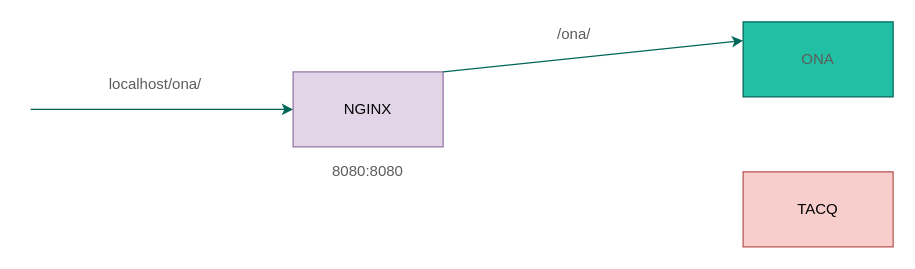
Earlier version of the draw.io diagram Untitled Diagram.drawio (Hydrock/try-x-state). Source tidied: cells renumbered, new cells numbered last; positions are measured from the earlier drawing's top-left corner, leaving out a move shared by most shapes. Both pictures are drawn from the tidied source at 125%, with x=0, y=0 at pixel (30, 21).
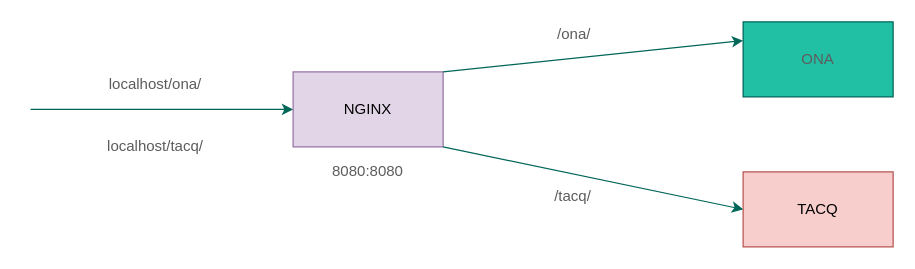
Above is the later version.

Change to the diagram source:
```diff
@@
 <mxGraphModel>
   <root>
     <mxCell id="0" />
     <mxCell id="1" parent="0" />
     <mxCell id="2" value="ONA" style="rounded=0;whiteSpace=wrap;html=1;sketch=0;strokeColor=#006658;fillColor=#21C0A5;fontColor=#5C5C5C;" parent="1" vertex="1">
       <mxGeometry x="570" width="120" height="60" as="geometry" />
     </mxCell>
     <mxCell id="3" value="TACQ" style="rounded=0;whiteSpace=wrap;html=1;sketch=0;strokeColor=#b85450;fillColor=#f8cecc;" parent="1" vertex="1">
       <mxGeometry x="570" y="120" width="120" height="60" as="geometry" />
     </mxCell>
     <mxCell id="4" value="NGINX" style="rounded=0;whiteSpace=wrap;html=1;sketch=0;strokeColor=#9673a6;fillColor=#e1d5e7;" parent="1" vertex="1">
       <mxGeometry x="210" y="40" width="120" height="60" as="geometry" />
     </mxCell>
     <mxCell id="5" value="8080:8080" style="text;html=1;strokeColor=none;fillColor=none;align=center;verticalAlign=middle;whiteSpace=wrap;rounded=0;sketch=0;fontColor=#5C5C5C;" parent="1" vertex="1">
       <mxGeometry x="235" y="110" width="70" height="20" as="geometry" />
     </mxCell>
     <mxCell id="6" style="endArrow=classic;html=1;strokeColor=#006658;fillColor=#21C0A5;fontColor=#5C5C5C;entryX=0;entryY=0.5;entryDx=0;entryDy=0;" parent="1" edge="1" target="4">
       <mxGeometry relative="1" as="geometry">
         <mxPoint y="70" as="sourcePoint" />
       </mxGeometry>
     </mxCell>
     <mxCell id="7" value="localhost/ona/" style="text;html=1;strokeColor=none;fillColor=none;align=center;verticalAlign=middle;whiteSpace=wrap;rounded=0;sketch=0;fontColor=#5C5C5C;" parent="1" vertex="1">
       <mxGeometry x="50" y="40" width="100" height="20" as="geometry" />
     </mxCell>
     <mxCell id="8" value="/ona/" style="text;html=1;strokeColor=none;fillColor=none;align=center;verticalAlign=middle;whiteSpace=wrap;rounded=0;sketch=0;fontColor=#5C5C5C;" parent="1" vertex="1">
       <mxGeometry x="400" width="70" height="20" as="geometry" />
     </mxCell>
     <mxCell id="9" style="endArrow=classic;html=1;strokeColor=#006658;fillColor=#21C0A5;fontColor=#5C5C5C;exitX=1;exitY=0;exitDx=0;exitDy=0;entryX=0;entryY=0.25;entryDx=0;entryDy=0;" parent="1" edge="1" source="4" target="2">
       <mxGeometry relative="1" as="geometry" />
     </mxCell>
+    <mxCell id="10" value="localhost/tacq/" style="text;html=1;strokeColor=none;fillColor=none;align=center;verticalAlign=middle;whiteSpace=wrap;rounded=0;sketch=0;fontColor=#5C5C5C;" parent="1" vertex="1">
+      <mxGeometry x="50" y="90" width="100" height="20" as="geometry" />
+    </mxCell>
+    <mxCell id="11" value="/tacq/" style="text;html=1;strokeColor=none;fillColor=none;align=center;verticalAlign=middle;whiteSpace=wrap;rounded=0;sketch=0;fontColor=#5C5C5C;" parent="1" vertex="1">
+      <mxGeometry x="384" y="130" width="100" height="20" as="geometry" />
+    </mxCell>
+    <mxCell id="12" style="endArrow=classic;html=1;strokeColor=#006658;fillColor=#21C0A5;fontColor=#5C5C5C;exitX=1;exitY=1;exitDx=0;exitDy=0;entryX=0;entryY=0.5;entryDx=0;entryDy=0;" parent="1" edge="1" source="4" target="3">
+      <mxGeometry relative="1" as="geometry" />
+    </mxCell>
   </root>
 </mxGraphModel>
```
